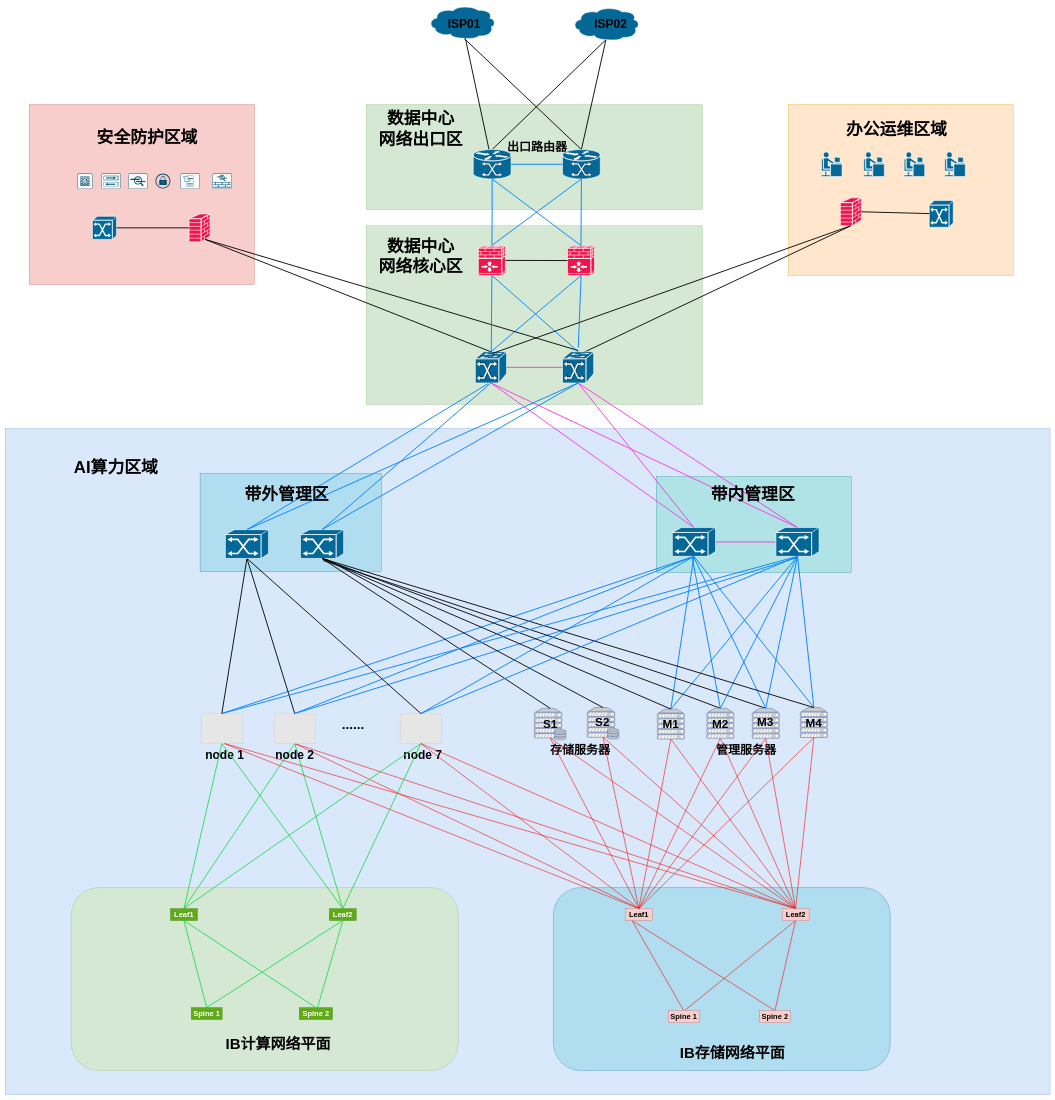
Above: 数据中心fuzhou组网-7nodes-包括IB整体组网--计算IB带UFMV1.0-1228.drawio in hel-2000/network-draw (draw.io), before the change. Source tidied: cells renumbered, new cells numbered last; positions are measured from the earlier drawing's top-left corner, leaving out a move shared by most shapes. Both pictures are drawn from the tidied source at 30%, with x=0, y=0 at pixel (5, 5). Pictures stored in the file or linked from it are replaced by grey dashed boxes.
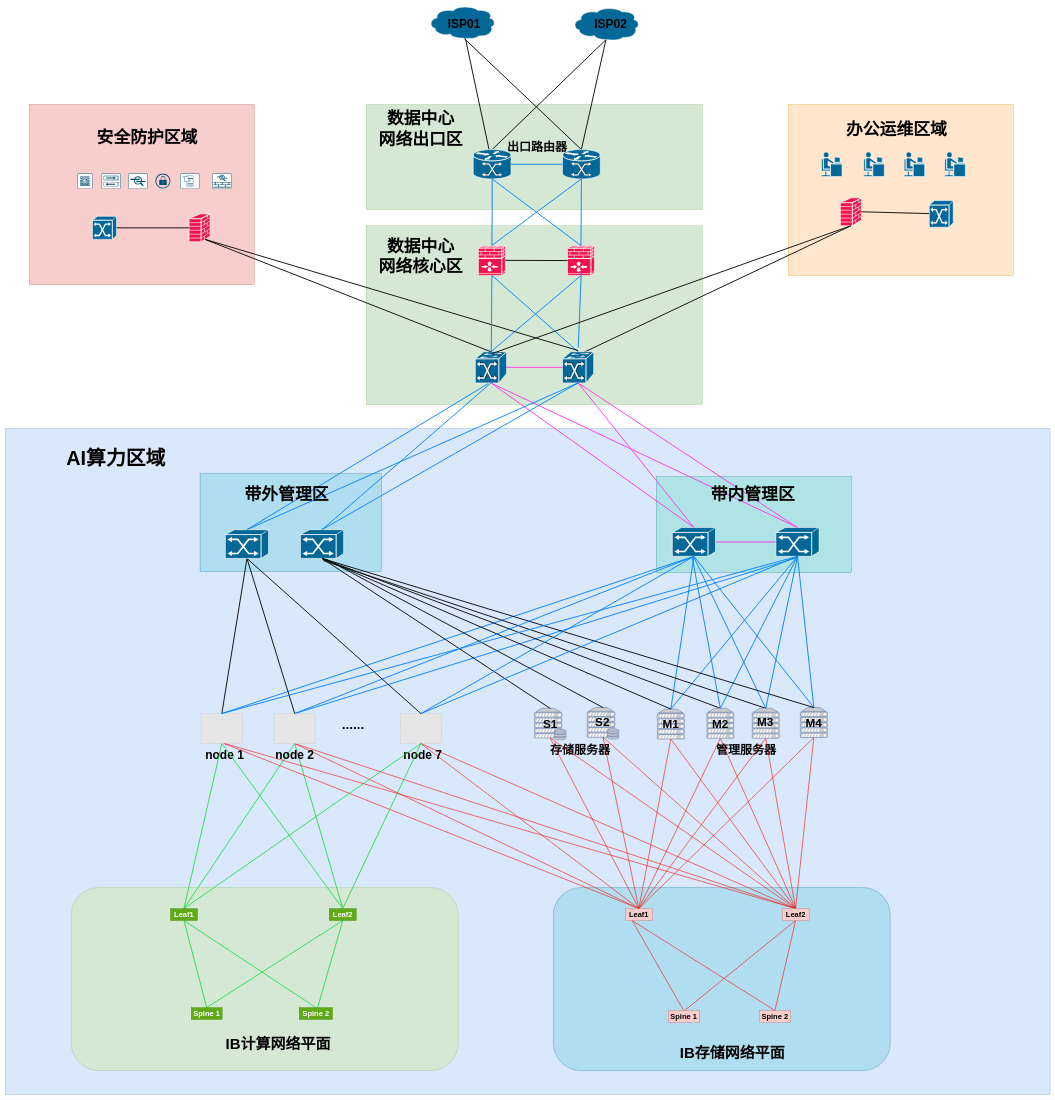
Above is the later version.

Commit message:
更新数据中心fuzhou组网-7nodes-包括IB整体组网--计算IB带UFMV1.0-1228.drawio

Diff of the diagram source:
```diff
@@
-    <mxCell id="127" value="&lt;font size=&quot;1&quot; style=&quot;&quot;&gt;&lt;b style=&quot;font-size: 56px;&quot;&gt;AI算力区域&lt;/b&gt;&lt;/font&gt;" style="text;strokeColor=none;align=center;fillColor=none;html=1;verticalAlign=middle;whiteSpace=wrap;rounded=0;" parent="1" vertex="1">
-      <mxGeometry x="187" y="1490" width="363.6" height="100" as="geometry" />
+    <mxCell id="127" value="&lt;font style=&quot;font-size: 66px;&quot;&gt;&lt;b style=&quot;&quot;&gt;AI算力区域&lt;/b&gt;&lt;/font&gt;" style="text;strokeColor=none;align=center;fillColor=none;html=1;verticalAlign=middle;whiteSpace=wrap;rounded=0;" parent="1" vertex="1">
+      <mxGeometry x="187" y="1430" width="363.6" height="160" as="geometry" />
     </mxCell>
```
